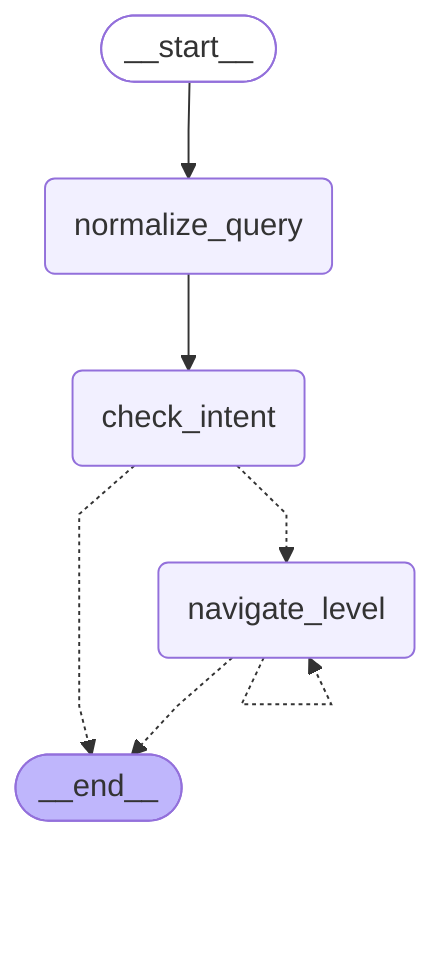
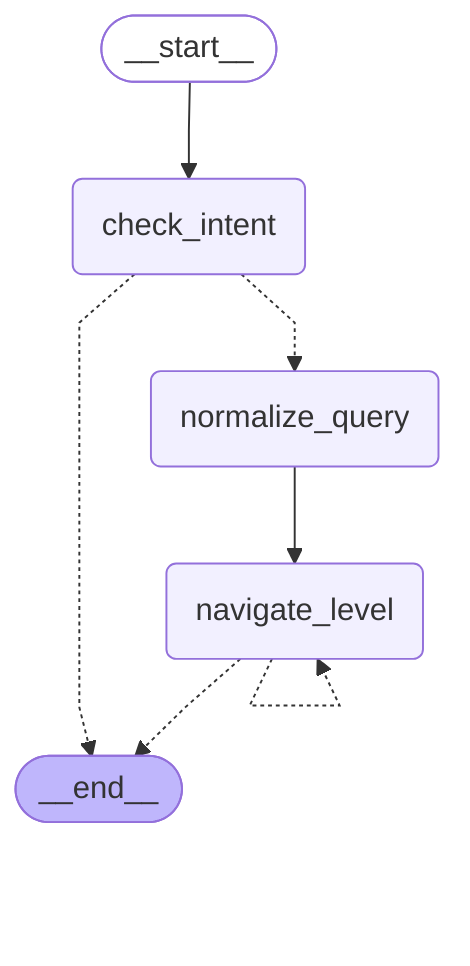
---
config:
  flowchart:
    curve: linear
---
graph TD;
	__start__([<p>__start__</p>]):::first
+ 	check_intent(check_intent)
	normalize_query(normalize_query)
- 	check_intent(check_intent)
	navigate_level(navigate_level)
	__end__([<p>__end__</p>]):::last
- 	__start__ --> normalize_query;
+ 	__start__ --> check_intent;
	check_intent -.-> __end__;
- 	check_intent -.-> navigate_level;
+ 	check_intent -.-> normalize_query;
	navigate_level -.-> __end__;
- 	normalize_query --> check_intent;
+ 	normalize_query --> navigate_level;
	navigate_level -.-> navigate_level;
	classDef default fill:#f2f0ff,line-height:1.2
	classDef first fill-opacity:0
	classDef last fill:#bfb6fc
